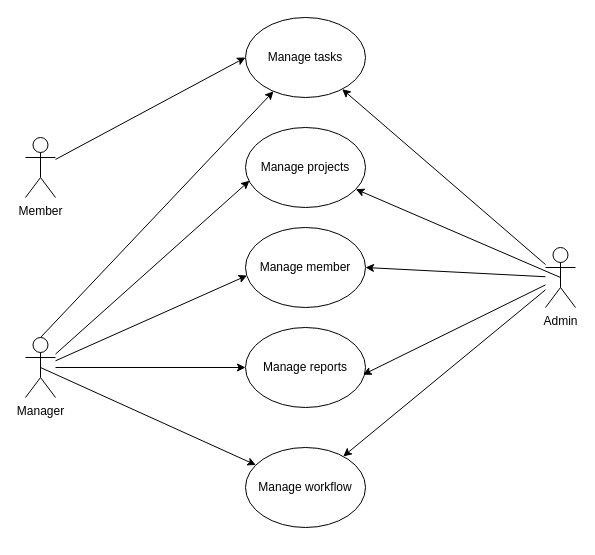
This is Usecase.drawio from nguyen2f/UNIWork, a draw.io file, before an edit. Source tidied: cells renumbered, new cells numbered last; positions are measured from the earlier drawing's top-left corner, leaving out a move shared by most shapes. Both pictures are drawn from the tidied source at 100%, with x=0, y=0 at pixel (25, 17).
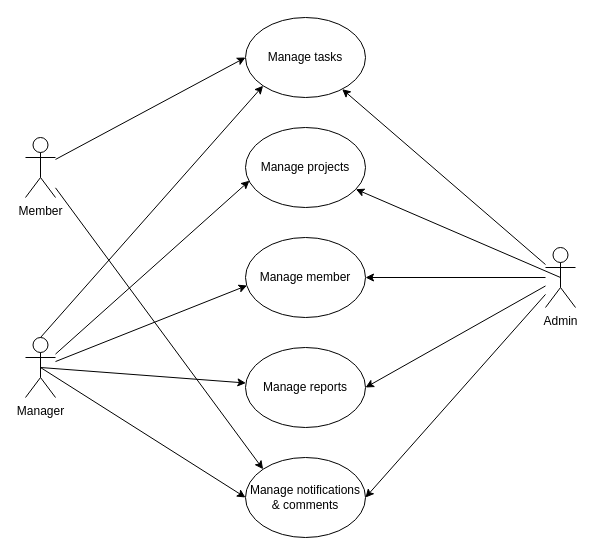
The same page after the edit.

The change refers to these unchanged cells:
```xml
<mxCell id="2" value="Member" style="shape=umlActor;verticalLabelPosition=bottom;verticalAlign=top;html=1;outlineConnect=0;" parent="1" vertex="1">
  <mxGeometry y="120" width="30" height="60" as="geometry" />
</mxCell>
<mxCell id="4" value="Manager" style="shape=umlActor;verticalLabelPosition=bottom;verticalAlign=top;html=1;outlineConnect=0;" parent="1" vertex="1">
  <mxGeometry y="320" width="30" height="60" as="geometry" />
</mxCell>
<mxCell id="5" value="Admin" style="shape=umlActor;verticalLabelPosition=bottom;verticalAlign=top;html=1;outlineConnect=0;" parent="1" vertex="1">
  <mxGeometry x="520" y="230" width="30" height="60" as="geometry" />
</mxCell>
<mxCell id="7" value="Manage tasks" style="ellipse;whiteSpace=wrap;html=1;" parent="1" vertex="1">
  <mxGeometry x="220" width="120" height="80" as="geometry" />
</mxCell>
```

What changed in the source:
```diff
@@
-    <mxCell id="3" style="edgeStyle=orthogonalEdgeStyle;rounded=0;jettySize=auto;html=1;" parent="1" edge="1" source="4" target="9">
-      <mxGeometry relative="1" as="geometry" />
-    </mxCell>
@@
     <mxCell id="8" value="Manage member" style="ellipse;whiteSpace=wrap;html=1;" parent="1" vertex="1">
-      <mxGeometry x="220" y="210" width="120" height="80" as="geometry" />
+      <mxGeometry x="220" y="220" width="120" height="80" as="geometry" />
     </mxCell>
     <mxCell id="9" value="Manage reports" style="ellipse;whiteSpace=wrap;html=1;" parent="1" vertex="1">
-      <mxGeometry x="220" y="310" width="120" height="80" as="geometry" />
+      <mxGeometry x="220" y="330" width="120" height="80" as="geometry" />
     </mxCell>
-    <mxCell id="10" value="Manage workflow" style="ellipse;whiteSpace=wrap;html=1;" parent="1" vertex="1">
-      <mxGeometry x="220" y="430" width="120" height="80" as="geometry" />
+    <mxCell id="10" value="Manage notifications &amp;amp; comments" style="ellipse;whiteSpace=wrap;html=1;" parent="1" vertex="1">
+      <mxGeometry x="220" y="440" width="120" height="80" as="geometry" />
     </mxCell>
@@
-    <mxCell id="13" style="endArrow=classic;html=1;rounded=0;exitX=0.5;exitY=0;exitDx=0;exitDy=0;exitPerimeter=0;" parent="1" edge="1" source="4" target="7">
+    <mxCell id="13" style="endArrow=classic;html=1;rounded=0;exitX=0.5;exitY=0;exitDx=0;exitDy=0;exitPerimeter=0;entryX=0;entryY=1;entryDx=0;entryDy=0;" parent="1" edge="1" source="4" target="7">
       <mxGeometry relative="1" as="geometry" />
     </mxCell>
-    <mxCell id="14" style="endArrow=classic;html=1;rounded=0;exitX=0.5;exitY=0.5;exitDx=0;exitDy=0;exitPerimeter=0;" parent="1" edge="1" source="4" target="10">
+    <mxCell id="14" style="endArrow=classic;html=1;rounded=0;exitX=0.5;exitY=0.5;exitDx=0;exitDy=0;exitPerimeter=0;entryX=0;entryY=0.5;entryDx=0;entryDy=0;" parent="1" edge="1" source="4" target="10">
       <mxGeometry relative="1" as="geometry" />
     </mxCell>
@@
-    <mxCell id="19" style="endArrow=classic;html=1;rounded=0;entryX=0.98;entryY=0.59;entryDx=0;entryDy=0;entryPerimeter=0;" parent="1" edge="1" source="5" target="9">
+    <mxCell id="19" style="endArrow=classic;html=1;rounded=0;entryX=1;entryY=0.5;entryDx=0;entryDy=0;" parent="1" edge="1" source="5" target="9">
       <mxGeometry relative="1" as="geometry" />
     </mxCell>
-    <mxCell id="20" style="endArrow=classic;html=1;rounded=0;" parent="1" edge="1" source="5" target="10">
+    <mxCell id="20" style="endArrow=classic;html=1;rounded=0;entryX=1;entryY=0.5;entryDx=0;entryDy=0;" parent="1" edge="1" source="5" target="10">
       <mxGeometry relative="1" as="geometry" />
     </mxCell>
+    <mxCell id="21" style="endArrow=classic;html=1;rounded=0;entryX=0;entryY=0;entryDx=0;entryDy=0;" parent="1" edge="1" source="2" target="10">
+      <mxGeometry relative="1" as="geometry" />
+    </mxCell>
+    <mxCell id="3" style="endArrow=classic;html=1;rounded=0;exitX=0.5;exitY=0.5;exitDx=0;exitDy=0;exitPerimeter=0;" parent="1" edge="1" source="4" target="9">
+      <mxGeometry relative="1" as="geometry" />
+    </mxCell>
```
